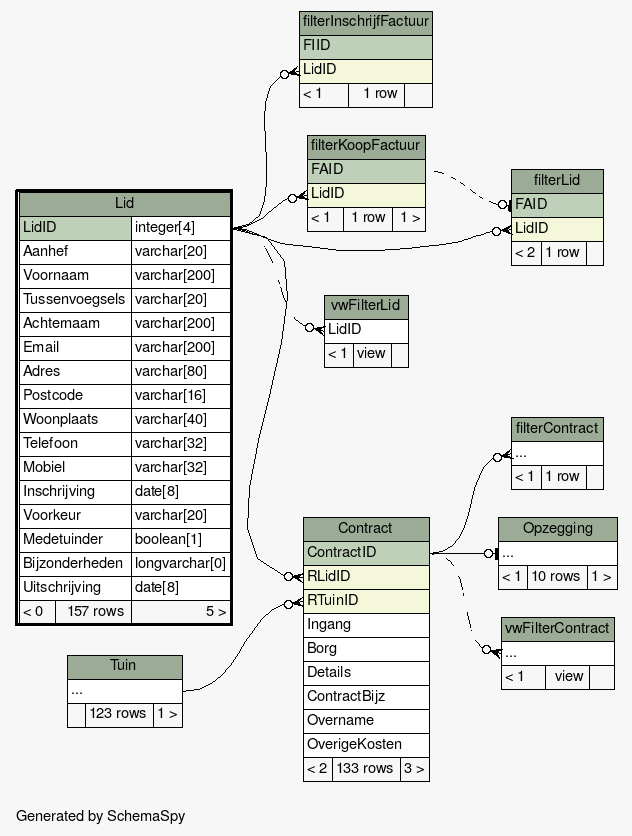
Above: db-schema-docs/diagrams/Lid.implied2degrees.png in slspeek/ona-volkstuin (Graphviz), before the change. Its source is kept beside it as db-schema-docs/diagrams/Lid.implied2degrees.dot. The source it was exported from:
```dot
digraph "impliedTwoDegreesRelationshipsDiagram" {
  graph [
    rankdir="RL"
    bgcolor="#f7f7f7"
    label="\nGenerated by SchemaSpy"
    labeljust="l"
    nodesep="0.18"
    ranksep="0.46"
    fontname="Helvetica"
    fontsize="11"
  ];
  node [
    fontname="Helvetica"
    fontsize="11"
    shape="plaintext"
  ];
  edge [
    arrowsize="0.8"
  ];
  "Contract":"RLidID":w -> "Lid":"LidID.type":e [arrowhead=none dir=back arrowtail=crowodot];
  "Contract":"RTuinID":w -> "Tuin":"elipses":e [arrowhead=none dir=back arrowtail=crowodot];
  "filterContract":"elipses":w -> "Contract":"ContractID":e [arrowhead=none dir=back arrowtail=crowodot];
  "filterInschrijfFactuur":"LidID":w -> "Lid":"LidID.type":e [arrowhead=none dir=back arrowtail=crowodot];
  "filterKoopFactuur":"LidID":w -> "Lid":"LidID.type":e [arrowhead=none dir=back arrowtail=crowodot];
  "filterLid":"FAID":w -> "filterKoopFactuur":"FAID":e [arrowhead=none dir=back arrowtail=teeodot style=dashed];
  "filterLid":"LidID":w -> "Lid":"LidID.type":e [arrowhead=none dir=back arrowtail=crowodot];
  "Opzegging":"elipses":w -> "Contract":"ContractID":e [arrowhead=none dir=back arrowtail=teeodot];
  "vwFilterContract":"elipses":w -> "Contract":"ContractID":e [arrowhead=none dir=back arrowtail=crowodot style=dashed];
  "vwFilterLid":"LidID":w -> "Lid":"LidID.type":e [arrowhead=none dir=back arrowtail=crowodot style=dashed];
  "Contract" [
    label=<
    <TABLE BORDER="0" CELLBORDER="1" CELLSPACING="0" BGCOLOR="#ffffff">
      <TR><TD COLSPAN="3" BGCOLOR="#9bab96" ALIGN="CENTER">Contract</TD></TR>
      <TR><TD PORT="ContractID" COLSPAN="3" BGCOLOR="#bed1b8" ALIGN="LEFT">ContractID</TD></TR>
      <TR><TD PORT="RLidID" COLSPAN="3" BGCOLOR="#f4f7da" ALIGN="LEFT">RLidID</TD></TR>
      <TR><TD PORT="RTuinID" COLSPAN="3" BGCOLOR="#f4f7da" ALIGN="LEFT">RTuinID</TD></TR>
      <TR><TD PORT="Ingang" COLSPAN="3" ALIGN="LEFT">Ingang</TD></TR>
      <TR><TD PORT="Borg" COLSPAN="3" ALIGN="LEFT">Borg</TD></TR>
      <TR><TD PORT="Details" COLSPAN="3" ALIGN="LEFT">Details</TD></TR>
      <TR><TD PORT="ContractBijz" COLSPAN="3" ALIGN="LEFT">ContractBijz</TD></TR>
      <TR><TD PORT="Overname" COLSPAN="3" ALIGN="LEFT">Overname</TD></TR>
      <TR><TD PORT="OverigeKosten" COLSPAN="3" ALIGN="LEFT">OverigeKosten</TD></TR>
      <TR><TD ALIGN="LEFT" BGCOLOR="#f7f7f7">&lt; 2</TD><TD ALIGN="RIGHT" BGCOLOR="#f7f7f7">133 rows</TD><TD ALIGN="RIGHT" BGCOLOR="#f7f7f7">3 &gt;</TD></TR>
    </TABLE>>
    URL="Contract.html"
    tooltip="Contract"
  ];
  "filterContract" [
    label=<
    <TABLE BORDER="0" CELLBORDER="1" CELLSPACING="0" BGCOLOR="#ffffff">
      <TR><TD COLSPAN="3" BGCOLOR="#9bab96" ALIGN="CENTER">filterContract</TD></TR>
      <TR><TD PORT="elipses" COLSPAN="3" ALIGN="LEFT">...</TD></TR>
      <TR><TD ALIGN="LEFT" BGCOLOR="#f7f7f7">&lt; 1</TD><TD ALIGN="RIGHT" BGCOLOR="#f7f7f7">1 row</TD><TD ALIGN="RIGHT" BGCOLOR="#f7f7f7">  </TD></TR>
    </TABLE>>
    URL="filterContract.html"
    tooltip="filterContract"
  ];
  "filterInschrijfFactuur" [
    label=<
    <TABLE BORDER="0" CELLBORDER="1" CELLSPACING="0" BGCOLOR="#ffffff">
      <TR><TD COLSPAN="3" BGCOLOR="#9bab96" ALIGN="CENTER">filterInschrijfFactuur</TD></TR>
      <TR><TD PORT="FIID" COLSPAN="3" BGCOLOR="#bed1b8" ALIGN="LEFT">FIID</TD></TR>
      <TR><TD PORT="LidID" COLSPAN="3" BGCOLOR="#f4f7da" ALIGN="LEFT">LidID</TD></TR>
      <TR><TD ALIGN="LEFT" BGCOLOR="#f7f7f7">&lt; 1</TD><TD ALIGN="RIGHT" BGCOLOR="#f7f7f7">1 row</TD><TD ALIGN="RIGHT" BGCOLOR="#f7f7f7">  </TD></TR>
    </TABLE>>
    URL="filterInschrijfFactuur.html"
    tooltip="filterInschrijfFactuur"
  ];
  "filterKoopFactuur" [
    label=<
    <TABLE BORDER="0" CELLBORDER="1" CELLSPACING="0" BGCOLOR="#ffffff">
      <TR><TD COLSPAN="3" BGCOLOR="#9bab96" ALIGN="CENTER">filterKoopFactuur</TD></TR>
      <TR><TD PORT="FAID" COLSPAN="3" BGCOLOR="#bed1b8" ALIGN="LEFT">FAID</TD></TR>
      <TR><TD PORT="LidID" COLSPAN="3" BGCOLOR="#f4f7da" ALIGN="LEFT">LidID</TD></TR>
      <TR><TD ALIGN="LEFT" BGCOLOR="#f7f7f7">&lt; 1</TD><TD ALIGN="RIGHT" BGCOLOR="#f7f7f7">1 row</TD><TD ALIGN="RIGHT" BGCOLOR="#f7f7f7">1 &gt;</TD></TR>
    </TABLE>>
    URL="filterKoopFactuur.html"
    tooltip="filterKoopFactuur"
  ];
  "filterLid" [
    label=<
    <TABLE BORDER="0" CELLBORDER="1" CELLSPACING="0" BGCOLOR="#ffffff">
      <TR><TD COLSPAN="3" BGCOLOR="#9bab96" ALIGN="CENTER">filterLid</TD></TR>
      <TR><TD PORT="FAID" COLSPAN="3" BGCOLOR="#bed1b8" ALIGN="LEFT">FAID</TD></TR>
      <TR><TD PORT="LidID" COLSPAN="3" BGCOLOR="#f4f7da" ALIGN="LEFT">LidID</TD></TR>
      <TR><TD ALIGN="LEFT" BGCOLOR="#f7f7f7">&lt; 2</TD><TD ALIGN="RIGHT" BGCOLOR="#f7f7f7">1 row</TD><TD ALIGN="RIGHT" BGCOLOR="#f7f7f7">  </TD></TR>
    </TABLE>>
    URL="filterLid.html"
    tooltip="filterLid"
  ];
  "Lid" [
    label=<
    <TABLE BORDER="2" CELLBORDER="1" CELLSPACING="0" BGCOLOR="#ffffff">
      <TR><TD COLSPAN="3" BGCOLOR="#9bab96" ALIGN="CENTER">Lid</TD></TR>
      <TR><TD PORT="LidID" COLSPAN="2" BGCOLOR="#bed1b8" ALIGN="LEFT">LidID</TD><TD PORT="LidID.type" ALIGN="LEFT">integer[4]</TD></TR>
      <TR><TD PORT="Aanhef" COLSPAN="2" ALIGN="LEFT">Aanhef</TD><TD PORT="Aanhef.type" ALIGN="LEFT">varchar[20]</TD></TR>
      <TR><TD PORT="Voornaam" COLSPAN="2" ALIGN="LEFT">Voornaam</TD><TD PORT="Voornaam.type" ALIGN="LEFT">varchar[200]</TD></TR>
      <TR><TD PORT="Tussenvoegsels" COLSPAN="2" ALIGN="LEFT">Tussenvoegsels</TD><TD PORT="Tussenvoegsels.type" ALIGN="LEFT">varchar[20]</TD></TR>
      <TR><TD PORT="Achternaam" COLSPAN="2" ALIGN="LEFT">Achternaam</TD><TD PORT="Achternaam.type" ALIGN="LEFT">varchar[200]</TD></TR>
      <TR><TD PORT="Email" COLSPAN="2" ALIGN="LEFT">Email</TD><TD PORT="Email.type" ALIGN="LEFT">varchar[200]</TD></TR>
      <TR><TD PORT="Adres" COLSPAN="2" ALIGN="LEFT">Adres</TD><TD PORT="Adres.type" ALIGN="LEFT">varchar[80]</TD></TR>
      <TR><TD PORT="Postcode" COLSPAN="2" ALIGN="LEFT">Postcode</TD><TD PORT="Postcode.type" ALIGN="LEFT">varchar[16]</TD></TR>
      <TR><TD PORT="Woonplaats" COLSPAN="2" ALIGN="LEFT">Woonplaats</TD><TD PORT="Woonplaats.type" ALIGN="LEFT">varchar[40]</TD></TR>
      <TR><TD PORT="Telefoon" COLSPAN="2" ALIGN="LEFT">Telefoon</TD><TD PORT="Telefoon.type" ALIGN="LEFT">varchar[32]</TD></TR>
      <TR><TD PORT="Mobiel" COLSPAN="2" ALIGN="LEFT">Mobiel</TD><TD PORT="Mobiel.type" ALIGN="LEFT">varchar[32]</TD></TR>
      <TR><TD PORT="Inschrijving" COLSPAN="2" ALIGN="LEFT">Inschrijving</TD><TD PORT="Inschrijving.type" ALIGN="LEFT">date[8]</TD></TR>
      <TR><TD PORT="Voorkeur" COLSPAN="2" ALIGN="LEFT">Voorkeur</TD><TD PORT="Voorkeur.type" ALIGN="LEFT">varchar[20]</TD></TR>
      <TR><TD PORT="Medetuinder" COLSPAN="2" ALIGN="LEFT">Medetuinder</TD><TD PORT="Medetuinder.type" ALIGN="LEFT">boolean[1]</TD></TR>
      <TR><TD PORT="Bijzonderheden" COLSPAN="2" ALIGN="LEFT">Bijzonderheden</TD><TD PORT="Bijzonderheden.type" ALIGN="LEFT">longvarchar[0]</TD></TR>
      <TR><TD PORT="Uitschrijving" COLSPAN="2" ALIGN="LEFT">Uitschrijving</TD><TD PORT="Uitschrijving.type" ALIGN="LEFT">date[8]</TD></TR>
      <TR><TD ALIGN="LEFT" BGCOLOR="#f7f7f7">&lt; 0</TD><TD ALIGN="RIGHT" BGCOLOR="#f7f7f7">157 rows</TD><TD ALIGN="RIGHT" BGCOLOR="#f7f7f7">5 &gt;</TD></TR>
    </TABLE>>
    URL="Lid.html"
    tooltip="Lid"
  ];
  "Opzegging" [
    label=<
    <TABLE BORDER="0" CELLBORDER="1" CELLSPACING="0" BGCOLOR="#ffffff">
      <TR><TD COLSPAN="3" BGCOLOR="#9bab96" ALIGN="CENTER">Opzegging</TD></TR>
      <TR><TD PORT="elipses" COLSPAN="3" ALIGN="LEFT">...</TD></TR>
      <TR><TD ALIGN="LEFT" BGCOLOR="#f7f7f7">&lt; 1</TD><TD ALIGN="RIGHT" BGCOLOR="#f7f7f7">10 rows</TD><TD ALIGN="RIGHT" BGCOLOR="#f7f7f7">1 &gt;</TD></TR>
    </TABLE>>
    URL="Opzegging.html"
    tooltip="Opzegging"
  ];
  "Tuin" [
    label=<
    <TABLE BORDER="0" CELLBORDER="1" CELLSPACING="0" BGCOLOR="#ffffff">
      <TR><TD COLSPAN="3" BGCOLOR="#9bab96" ALIGN="CENTER">Tuin</TD></TR>
      <TR><TD PORT="elipses" COLSPAN="3" ALIGN="LEFT">...</TD></TR>
      <TR><TD ALIGN="LEFT" BGCOLOR="#f7f7f7">  </TD><TD ALIGN="RIGHT" BGCOLOR="#f7f7f7">123 rows</TD><TD ALIGN="RIGHT" BGCOLOR="#f7f7f7">1 &gt;</TD></TR>
    </TABLE>>
    URL="Tuin.html"
    tooltip="Tuin"
  ];
  "vwFilterContract" [
    label=<
    <TABLE BORDER="0" CELLBORDER="1" CELLSPACING="0" BGCOLOR="#ffffff">
      <TR><TD COLSPAN="3" BGCOLOR="#9bab96" ALIGN="CENTER">vwFilterContract</TD></TR>
      <TR><TD PORT="elipses" COLSPAN="3" ALIGN="LEFT">...</TD></TR>
      <TR><TD ALIGN="LEFT" BGCOLOR="#f7f7f7">&lt; 1</TD><TD ALIGN="RIGHT" BGCOLOR="#f7f7f7">view</TD><TD ALIGN="RIGHT" BGCOLOR="#f7f7f7">  </TD></TR>
    </TABLE>>
    URL="vwFilterContract.html"
    tooltip="vwFilterContract"
  ];
  "vwFilterLid" [
    label=<
    <TABLE BORDER="0" CELLBORDER="1" CELLSPACING="0" BGCOLOR="#ffffff">
      <TR><TD COLSPAN="3" BGCOLOR="#9bab96" ALIGN="CENTER">vwFilterLid</TD></TR>
      <TR><TD PORT="LidID" COLSPAN="3" ALIGN="LEFT">LidID</TD></TR>
      <TR><TD ALIGN="LEFT" BGCOLOR="#f7f7f7">&lt; 1</TD><TD ALIGN="RIGHT" BGCOLOR="#f7f7f7">view</TD><TD ALIGN="RIGHT" BGCOLOR="#f7f7f7">  </TD></TR>
    </TABLE>>
    URL="vwFilterLid.html"
    tooltip="vwFilterLid"
  ];
}
```
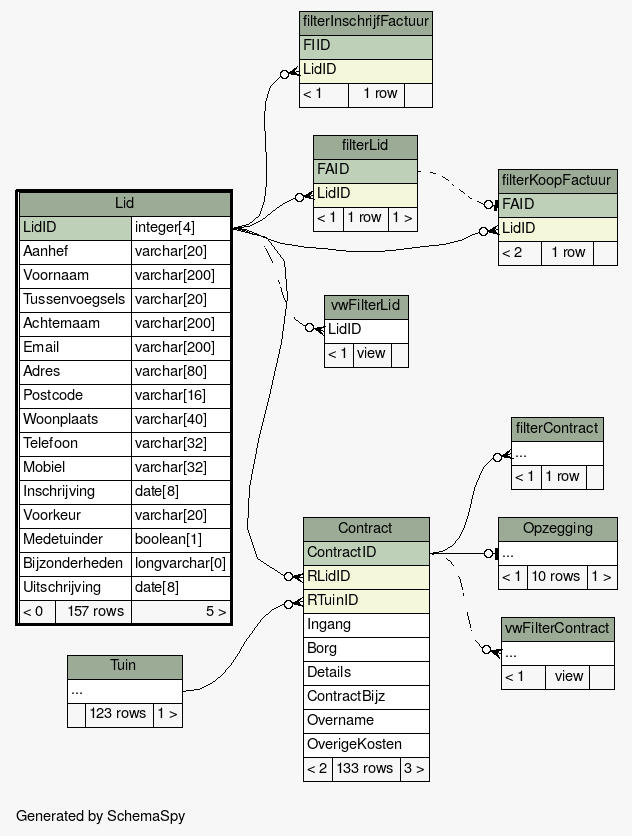
Above is the later version.

The edit, as a diff of the source:
```diff
@@ -21,8 +21,8 @@
   "Contract":"RTuinID":w -> "Tuin":"elipses":e [arrowhead=none dir=back arrowtail=crowodot];
   "filterContract":"elipses":w -> "Contract":"ContractID":e [arrowhead=none dir=back arrowtail=crowodot];
   "filterInschrijfFactuur":"LidID":w -> "Lid":"LidID.type":e [arrowhead=none dir=back arrowtail=crowodot];
+  "filterKoopFactuur":"FAID":w -> "filterLid":"FAID":e [arrowhead=none dir=back arrowtail=teeodot style=dashed];
   "filterKoopFactuur":"LidID":w -> "Lid":"LidID.type":e [arrowhead=none dir=back arrowtail=crowodot];
-  "filterLid":"FAID":w -> "filterKoopFactuur":"FAID":e [arrowhead=none dir=back arrowtail=teeodot style=dashed];
   "filterLid":"LidID":w -> "Lid":"LidID.type":e [arrowhead=none dir=back arrowtail=crowodot];
   "Opzegging":"elipses":w -> "Contract":"ContractID":e [arrowhead=none dir=back arrowtail=teeodot];
   "vwFilterContract":"elipses":w -> "Contract":"ContractID":e [arrowhead=none dir=back arrowtail=crowodot style=dashed];
@@ -72,7 +72,7 @@
       <TR><TD COLSPAN="3" BGCOLOR="#9bab96" ALIGN="CENTER">filterKoopFactuur</TD></TR>
       <TR><TD PORT="FAID" COLSPAN="3" BGCOLOR="#bed1b8" ALIGN="LEFT">FAID</TD></TR>
       <TR><TD PORT="LidID" COLSPAN="3" BGCOLOR="#f4f7da" ALIGN="LEFT">LidID</TD></TR>
-      <TR><TD ALIGN="LEFT" BGCOLOR="#f7f7f7">&lt; 1</TD><TD ALIGN="RIGHT" BGCOLOR="#f7f7f7">1 row</TD><TD ALIGN="RIGHT" BGCOLOR="#f7f7f7">1 &gt;</TD></TR>
+      <TR><TD ALIGN="LEFT" BGCOLOR="#f7f7f7">&lt; 2</TD><TD ALIGN="RIGHT" BGCOLOR="#f7f7f7">1 row</TD><TD ALIGN="RIGHT" BGCOLOR="#f7f7f7">  </TD></TR>
     </TABLE>>
     URL="filterKoopFactuur.html"
     tooltip="filterKoopFactuur"
@@ -83,7 +83,7 @@
       <TR><TD COLSPAN="3" BGCOLOR="#9bab96" ALIGN="CENTER">filterLid</TD></TR>
       <TR><TD PORT="FAID" COLSPAN="3" BGCOLOR="#bed1b8" ALIGN="LEFT">FAID</TD></TR>
       <TR><TD PORT="LidID" COLSPAN="3" BGCOLOR="#f4f7da" ALIGN="LEFT">LidID</TD></TR>
-      <TR><TD ALIGN="LEFT" BGCOLOR="#f7f7f7">&lt; 2</TD><TD ALIGN="RIGHT" BGCOLOR="#f7f7f7">1 row</TD><TD ALIGN="RIGHT" BGCOLOR="#f7f7f7">  </TD></TR>
+      <TR><TD ALIGN="LEFT" BGCOLOR="#f7f7f7">&lt; 1</TD><TD ALIGN="RIGHT" BGCOLOR="#f7f7f7">1 row</TD><TD ALIGN="RIGHT" BGCOLOR="#f7f7f7">1 &gt;</TD></TR>
     </TABLE>>
     URL="filterLid.html"
     tooltip="filterLid"
```
